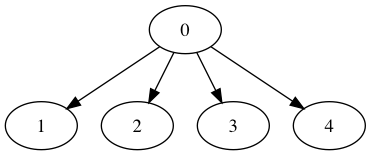
Above: graphs/graph_total.png in tarcisiocjr/byzcast (Graphviz), before the change. Its source is kept beside it as graphs/graph_total.dot.
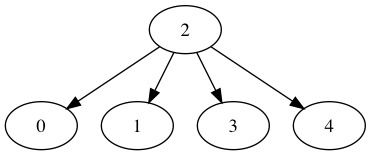
After the change.

Diff of the diagram source:
```diff
@@ -1,5 +1,5 @@
-digraph G { 0->1
-0->2
-0->3
-0->4
+digraph G { 2->0
+2->1
+2->3
+2->4
 }
```
